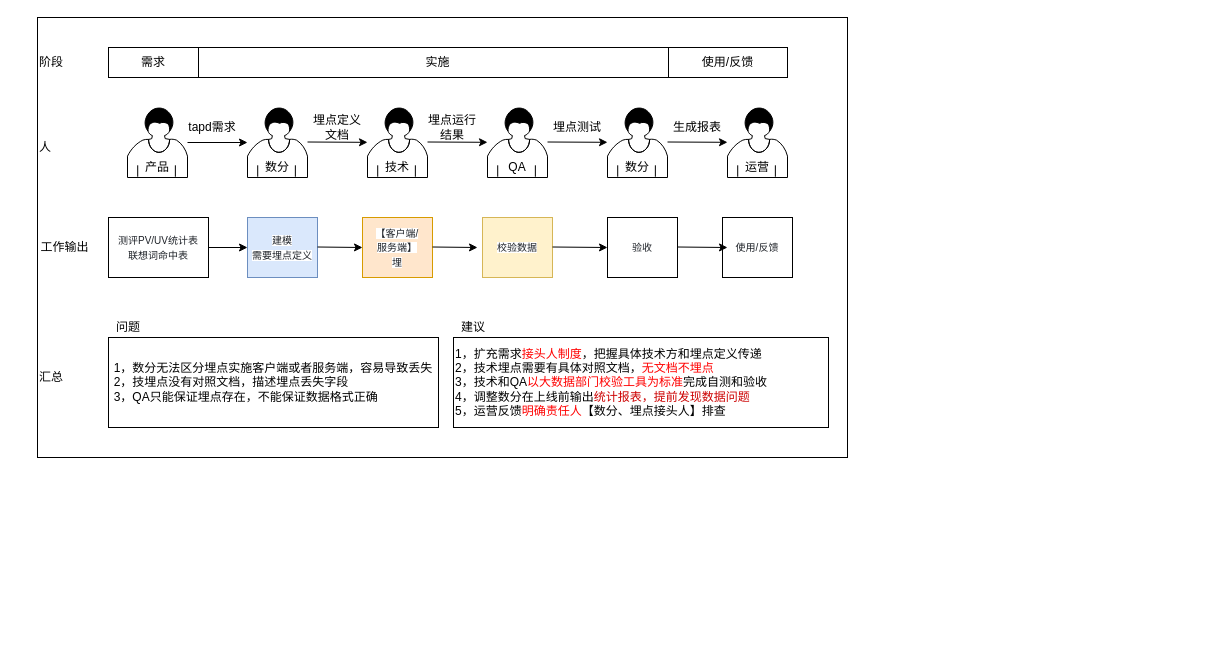
Above: 任务流转流程.drawio in aiquantong/Hero (draw.io), before the change. Source tidied: cells renumbered, new cells numbered last; positions are measured from the earlier drawing's top-left corner, leaving out a move shared by most shapes. Both pictures are drawn from the tidied source at 100%, with x=0, y=0 at pixel (37, 17).
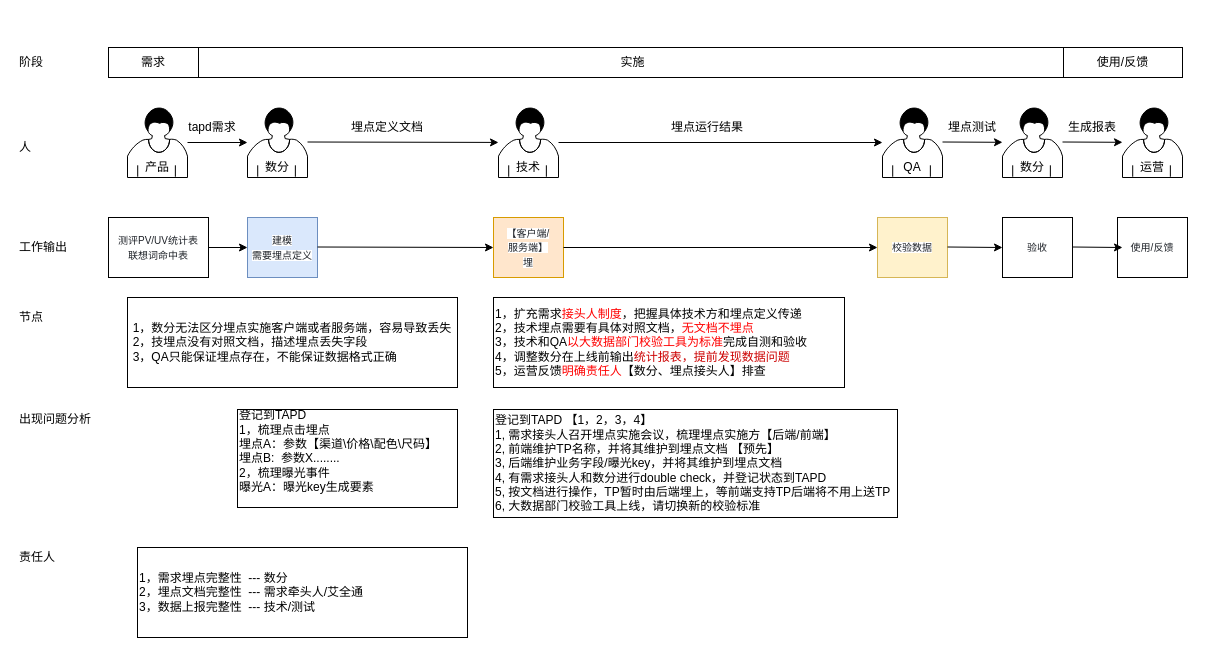
After the change.

Commit message:
Update 任务流转流程.drawio

Change to the diagram source:
```diff
@@
-    <mxCell id="2" style="rounded=0;whiteSpace=wrap;html=1;" parent="1" vertex="1">
-      <mxGeometry width="810" height="440" as="geometry" />
-    </mxCell>
@@
     <mxCell id="7" style="shape=mxgraph.bpmn.user_task;html=1;outlineConnect=0;" parent="1" vertex="1">
-      <mxGeometry x="330" y="90" width="60" height="70" as="geometry" />
+      <mxGeometry x="461" y="90" width="60" height="70" as="geometry" />
     </mxCell>
     <mxCell id="8" value="技术" style="text;html=1;strokeColor=none;fillColor=none;align=center;verticalAlign=middle;whiteSpace=wrap;rounded=0;" parent="1" vertex="1">
-      <mxGeometry x="340" y="140" width="40" height="20" as="geometry" />
+      <mxGeometry x="471" y="140" width="40" height="20" as="geometry" />
     </mxCell>
     <mxCell id="9" style="shape=mxgraph.bpmn.user_task;html=1;outlineConnect=0;" parent="1" vertex="1">
-      <mxGeometry x="450" y="90" width="60" height="70" as="geometry" />
+      <mxGeometry x="845" y="90" width="60" height="70" as="geometry" />
     </mxCell>
     <mxCell id="10" value="QA" style="text;html=1;strokeColor=none;fillColor=none;align=center;verticalAlign=middle;whiteSpace=wrap;rounded=0;" parent="1" vertex="1">
-      <mxGeometry x="460" y="140" width="40" height="20" as="geometry" />
+      <mxGeometry x="855" y="140" width="40" height="20" as="geometry" />
     </mxCell>
     <mxCell id="11" style="shape=mxgraph.bpmn.user_task;html=1;" parent="1" vertex="1">
-      <mxGeometry x="570" y="90" width="60" height="70" as="geometry" />
+      <mxGeometry x="965" y="90" width="60" height="70" as="geometry" />
     </mxCell>
     <mxCell id="12" value="数分" style="text;html=1;strokeColor=none;fillColor=none;align=center;verticalAlign=middle;whiteSpace=wrap;rounded=0;" parent="1" vertex="1">
-      <mxGeometry x="580" y="140" width="40" height="20" as="geometry" />
+      <mxGeometry x="975" y="140" width="40" height="20" as="geometry" />
     </mxCell>
     <mxCell id="13" style="shape=mxgraph.bpmn.user_task;html=1;" parent="1" vertex="1">
-      <mxGeometry x="690" y="90" width="60" height="70" as="geometry" />
+      <mxGeometry x="1085" y="90" width="60" height="70" as="geometry" />
     </mxCell>
     <mxCell id="14" value="运营" style="text;html=1;strokeColor=none;fillColor=none;align=center;verticalAlign=middle;whiteSpace=wrap;rounded=0;" parent="1" vertex="1">
-      <mxGeometry x="700" y="140" width="40" height="20" as="geometry" />
+      <mxGeometry x="1095" y="140" width="40" height="20" as="geometry" />
     </mxCell>
@@
-    <mxCell id="17" style="endArrow=classic;html=1;" parent="1" edge="1">
-      <mxGeometry relative="1" as="geometry">
-        <mxPoint x="390" y="124.5" as="sourcePoint" />
-        <mxPoint x="450" y="124.8" as="targetPoint" />
-      </mxGeometry>
+    <mxCell id="17" style="endArrow=classic;html=1;" parent="1" edge="1" source="7" target="9">
+      <mxGeometry relative="1" as="geometry" />
     </mxCell>
     <mxCell id="18" style="endArrow=classic;html=1;" parent="1" edge="1">
       <mxGeometry relative="1" as="geometry">
-        <mxPoint x="510" y="124.5" as="sourcePoint" />
-        <mxPoint x="570" y="124.8" as="targetPoint" />
+        <mxPoint x="905" y="124.5" as="sourcePoint" />
+        <mxPoint x="965" y="124.8" as="targetPoint" />
       </mxGeometry>
     </mxCell>
     <mxCell id="19" style="endArrow=classic;html=1;" parent="1" edge="1">
       <mxGeometry relative="1" as="geometry">
-        <mxPoint x="630" y="124.5" as="sourcePoint" />
-        <mxPoint x="690" y="124.8" as="targetPoint" />
+        <mxPoint x="1025" y="124.5" as="sourcePoint" />
+        <mxPoint x="1085" y="124.8" as="targetPoint" />
       </mxGeometry>
     </mxCell>
@@
     <mxCell id="22" value="&lt;font color=&quot;#1f2329&quot;&gt;&lt;span style=&quot;font-size: 10px ; background-color: rgb(255 , 255 , 255)&quot;&gt;【客户端/&lt;br&gt;服务端】&lt;br&gt;埋&lt;br&gt;&lt;/span&gt;&lt;/font&gt;" style="rounded=0;whiteSpace=wrap;html=1;fillColor=#ffe6cc;strokeColor=#d79b00;" parent="1" vertex="1">
-      <mxGeometry x="325" y="200" width="70" height="60" as="geometry" />
+      <mxGeometry x="456" y="200" width="70" height="60" as="geometry" />
     </mxCell>
     <mxCell id="23" value="&lt;font color=&quot;#1f2329&quot;&gt;&lt;span style=&quot;font-size: 10px ; background-color: rgb(255 , 255 , 255)&quot;&gt;校验数据&lt;br&gt;&lt;/span&gt;&lt;/font&gt;" style="rounded=0;whiteSpace=wrap;html=1;fillColor=#fff2cc;strokeColor=#d6b656;" parent="1" vertex="1">
-      <mxGeometry x="445" y="200" width="70" height="60" as="geometry" />
+      <mxGeometry x="840" y="200" width="70" height="60" as="geometry" />
     </mxCell>
     <mxCell id="24" value="&lt;font color=&quot;#1f2329&quot;&gt;&lt;span style=&quot;font-size: 10px ; background-color: rgb(255 , 255 , 255)&quot;&gt;验收&lt;br&gt;&lt;/span&gt;&lt;/font&gt;" style="rounded=0;whiteSpace=wrap;html=1;" parent="1" vertex="1">
-      <mxGeometry x="570" y="200" width="70" height="60" as="geometry" />
+      <mxGeometry x="965" y="200" width="70" height="60" as="geometry" />
     </mxCell>
     <mxCell id="25" value="&lt;font color=&quot;#1f2329&quot;&gt;&lt;span style=&quot;font-size: 10px ; background-color: rgb(255 , 255 , 255)&quot;&gt;使用/反馈&lt;br&gt;&lt;/span&gt;&lt;/font&gt;" style="rounded=0;whiteSpace=wrap;html=1;" parent="1" vertex="1">
-      <mxGeometry x="685" y="200" width="70" height="60" as="geometry" />
+      <mxGeometry x="1080" y="200" width="70" height="60" as="geometry" />
     </mxCell>
@@
-    <mxCell id="28" style="endArrow=classic;html=1;" parent="1" edge="1">
-      <mxGeometry relative="1" as="geometry">
-        <mxPoint x="395" y="229.5" as="sourcePoint" />
-        <mxPoint x="440" y="230" as="targetPoint" />
-      </mxGeometry>
+    <mxCell id="28" style="endArrow=classic;html=1;" parent="1" edge="1" source="22" target="23">
+      <mxGeometry relative="1" as="geometry" />
     </mxCell>
     <mxCell id="29" style="endArrow=classic;html=1;entryX=0;entryY=0.5;entryDx=0;entryDy=0;" parent="1" edge="1" target="24">
       <mxGeometry relative="1" as="geometry">
-        <mxPoint x="515" y="229.5" as="sourcePoint" />
+        <mxPoint x="910" y="229.5" as="sourcePoint" />
       </mxGeometry>
     </mxCell>
     <mxCell id="30" style="endArrow=classic;html=1;" parent="1" edge="1">
       <mxGeometry relative="1" as="geometry">
-        <mxPoint x="640" y="229.5" as="sourcePoint" />
-        <mxPoint x="690" y="230" as="targetPoint" />
+        <mxPoint x="1035" y="229.5" as="sourcePoint" />
+        <mxPoint x="1085" y="230" as="targetPoint" />
       </mxGeometry>
     </mxCell>
     <mxCell id="31" value="&lt;div style=&quot;text-align: left&quot;&gt;&lt;span&gt;1，数分无法区分埋点实施客户端或者服务端，容易导致丢失&lt;/span&gt;&lt;br&gt;&lt;/div&gt;&lt;div style=&quot;text-align: left&quot;&gt;&lt;span&gt;2，技埋点没有对照文档，描述埋点丢失字段&lt;/span&gt;&lt;/div&gt;&lt;div style=&quot;text-align: left&quot;&gt;&lt;span&gt;3，QA只能保证埋点存在，不能保证数据格式正确&lt;/span&gt;&lt;/div&gt;" style="rounded=0;whiteSpace=wrap;html=1;" parent="1" vertex="1">
-      <mxGeometry x="71" y="320" width="330" height="90" as="geometry" />
+      <mxGeometry x="90" y="280" width="330" height="90" as="geometry" />
     </mxCell>
     <mxCell id="32" value="&lt;div&gt;1，扩充需求&lt;font color=&quot;#ff0000&quot;&gt;接头人制度&lt;/font&gt;，把握具体技术方和埋点定义传递&lt;/div&gt;&lt;div&gt;2，技术埋点需要有具体对照文档，&lt;font color=&quot;#ff0000&quot;&gt;无文档不埋点&lt;/font&gt;&lt;/div&gt;&lt;div&gt;3，技术和QA&lt;font color=&quot;#ff0000&quot;&gt;以大数据部门校验工具为标准&lt;/font&gt;完成自测和验收&lt;/div&gt;&lt;div&gt;4，调整数分在上线前输出&lt;font color=&quot;#cc0000&quot;&gt;统计报表，提前发现数据问题&lt;/font&gt;&lt;/div&gt;&lt;div&gt;&lt;div&gt;5，运营反馈&lt;font color=&quot;#ff0000&quot;&gt;明确责任人&lt;/font&gt;【数分、埋点接头人】排查&lt;/div&gt;&lt;/div&gt;" style="rounded=0;whiteSpace=wrap;html=1;align=left;" parent="1" vertex="1">
-      <mxGeometry x="416" y="320" width="375" height="90" as="geometry" />
+      <mxGeometry x="456" y="280" width="351" height="90" as="geometry" />
     </mxCell>
@@
     <mxCell id="34" value="实施" style="rounded=0;whiteSpace=wrap;html=1;" parent="1" vertex="1">
-      <mxGeometry x="161" y="30" width="479" height="30" as="geometry" />
+      <mxGeometry x="161" y="30" width="869" height="30" as="geometry" />
     </mxCell>
     <mxCell id="35" value="使用/反馈" style="rounded=0;whiteSpace=wrap;html=1;" parent="1" vertex="1">
-      <mxGeometry x="631" y="30" width="119" height="30" as="geometry" />
+      <mxGeometry x="1026" y="30" width="119" height="30" as="geometry" />
     </mxCell>
-    <mxCell id="36" value="问题" style="text;html=1;strokeColor=none;fillColor=none;align=center;verticalAlign=middle;whiteSpace=wrap;rounded=0;" parent="1" vertex="1">
-      <mxGeometry x="71" y="300" width="40" height="20" as="geometry" />
-    </mxCell>
-    <mxCell id="37" value="建议" style="text;html=1;strokeColor=none;fillColor=none;align=center;verticalAlign=middle;whiteSpace=wrap;rounded=0;" parent="1" vertex="1">
-      <mxGeometry x="416" y="300" width="40" height="20" as="geometry" />
-    </mxCell>
@@
     <mxCell id="39" value="埋点定义文档" style="text;html=1;strokeColor=none;fillColor=none;align=center;verticalAlign=middle;whiteSpace=wrap;rounded=0;" parent="1" vertex="1">
-      <mxGeometry x="270" y="100" width="60" height="20" as="geometry" />
+      <mxGeometry x="300" y="100" width="100" height="20" as="geometry" />
     </mxCell>
     <mxCell id="40" value="埋点运行结果" style="text;html=1;strokeColor=none;fillColor=none;align=center;verticalAlign=middle;whiteSpace=wrap;rounded=0;" parent="1" vertex="1">
-      <mxGeometry x="385" y="100" width="60" height="20" as="geometry" />
+      <mxGeometry x="610" y="100" width="120" height="20" as="geometry" />
     </mxCell>
     <mxCell id="41" value="埋点测试" style="text;html=1;strokeColor=none;fillColor=none;align=center;verticalAlign=middle;whiteSpace=wrap;rounded=0;" parent="1" vertex="1">
-      <mxGeometry x="510" y="100" width="60" height="20" as="geometry" />
+      <mxGeometry x="905" y="100" width="60" height="20" as="geometry" />
     </mxCell>
     <mxCell id="42" value="生成报表" style="text;html=1;strokeColor=none;fillColor=none;align=center;verticalAlign=middle;whiteSpace=wrap;rounded=0;" parent="1" vertex="1">
-      <mxGeometry x="630" y="100" width="60" height="20" as="geometry" />
+      <mxGeometry x="1025" y="100" width="60" height="20" as="geometry" />
     </mxCell>
     <mxCell id="43" value="阶段" style="text;html=1;strokeColor=none;fillColor=none;align=left;verticalAlign=middle;whiteSpace=wrap;rounded=0;" parent="1" vertex="1">
-      <mxGeometry y="35" width="40" height="20" as="geometry" />
+      <mxGeometry x="-20" y="35" width="40" height="20" as="geometry" />
     </mxCell>
     <mxCell id="44" value="人" style="text;html=1;strokeColor=none;fillColor=none;align=left;verticalAlign=middle;whiteSpace=wrap;rounded=0;" parent="1" vertex="1">
-      <mxGeometry y="120" width="40" height="20" as="geometry" />
+      <mxGeometry x="-20" y="120" width="40" height="20" as="geometry" />
     </mxCell>
-    <mxCell id="45" value="工作输出" style="text;html=1;strokeColor=none;fillColor=none;align=center;verticalAlign=middle;whiteSpace=wrap;rounded=0;" parent="1" vertex="1">
-      <mxGeometry y="220" width="55" height="20" as="geometry" />
+    <mxCell id="45" value="工作输出" style="text;html=1;strokeColor=none;fillColor=none;align=left;verticalAlign=middle;whiteSpace=wrap;rounded=0;" parent="1" vertex="1">
+      <mxGeometry x="-20" y="220" width="55" height="20" as="geometry" />
     </mxCell>
-    <mxCell id="46" value="汇总" style="text;html=1;strokeColor=none;fillColor=none;align=left;verticalAlign=middle;whiteSpace=wrap;rounded=0;" parent="1" vertex="1">
-      <mxGeometry y="350" width="55" height="20" as="geometry" />
+    <mxCell id="46" value="出现问题分析" style="text;html=1;strokeColor=none;fillColor=none;align=left;verticalAlign=middle;whiteSpace=wrap;rounded=0;" parent="1" vertex="1">
+      <mxGeometry x="-20" y="392" width="80" height="20" as="geometry" />
     </mxCell>
+    <mxCell id="47" value="节点" style="text;html=1;strokeColor=none;fillColor=none;align=left;verticalAlign=middle;whiteSpace=wrap;rounded=0;" parent="1" vertex="1">
+      <mxGeometry x="-20" y="290" width="40" height="20" as="geometry" />
+    </mxCell>
+    <mxCell id="48" value="&lt;div&gt;&lt;span&gt;登记到TAPD&lt;/span&gt;&lt;/div&gt;&lt;div&gt;1，梳理点击埋点&lt;br&gt;埋点A：参数【渠道\价格\配色\尺码】&lt;br&gt;&lt;/div&gt;&lt;div&gt;埋点B:&amp;nbsp; 参数X........&lt;/div&gt;2，梳理&lt;span&gt;曝光事件&lt;/span&gt;&lt;br&gt;&lt;div&gt;曝光A：曝光key生成要素&lt;br&gt;&lt;br&gt;&lt;/div&gt;" style="rounded=0;whiteSpace=wrap;html=1;align=left;" parent="1" vertex="1">
+      <mxGeometry x="200" y="392" width="220" height="98" as="geometry" />
+    </mxCell>
+    <mxCell id="49" value="&lt;div&gt;登记到TAPD 【1，2，3，4】&lt;/div&gt;&lt;div&gt;1, 需求接头人召开埋点实施会议，梳理埋点实施方【后端/前端】&lt;/div&gt;&lt;div&gt;2, 前端维护TP名称，并将其维护到埋点文档 【预先】&lt;/div&gt;&lt;div&gt;3, 后端维护业务字段/曝光key，并将其维护到埋点文档&lt;br&gt;4, 有需求接头人和数分进行double check，并登记状态到TAPD&lt;br&gt;5, 按文档进行操作，TP暂时由后端埋上，等前端支持TP后端将不用上送TP&lt;/div&gt;&lt;div&gt;6, 大数据部门校验工具上线，请切换新的校验标准&lt;/div&gt;" style="rounded=0;whiteSpace=wrap;html=1;align=left;" parent="1" vertex="1">
+      <mxGeometry x="456" y="392" width="404" height="108" as="geometry" />
+    </mxCell>
+    <mxCell id="50" value="&lt;div style=&quot;&quot;&gt;1，需求埋点完整性&amp;nbsp; --- 数分&lt;br&gt;2，埋点文档完整性&amp;nbsp; --- 需求牵头人/艾全通&lt;/div&gt;&lt;div style=&quot;&quot;&gt;3，数据上报完整性&amp;nbsp; --- 技术/测试&lt;/div&gt;" style="rounded=0;whiteSpace=wrap;html=1;align=left;" parent="1" vertex="1">
+      <mxGeometry x="100" y="530" width="330" height="90" as="geometry" />
+    </mxCell>
+    <mxCell id="51" value="责任人" style="text;html=1;strokeColor=none;fillColor=none;align=left;verticalAlign=middle;whiteSpace=wrap;rounded=0;" parent="1" vertex="1">
+      <mxGeometry x="-20" y="530" width="55" height="20" as="geometry" />
+    </mxCell>
```
